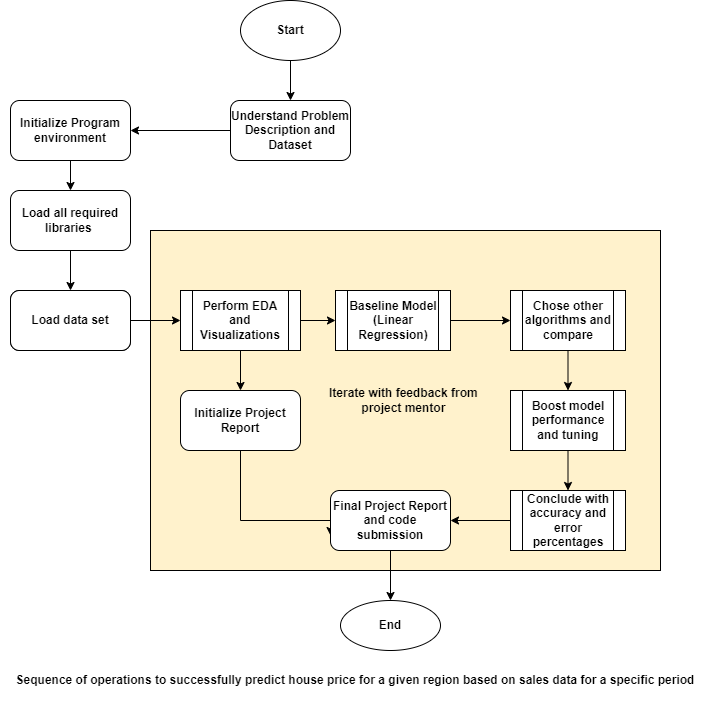
Above: ProjectPlan/ProjectFlowChart.drawio.png in indrachatterjee86/capstoneML (draw.io), before the change. Source tidied: cells renumbered, new cells last; positions are measured from the earlier drawing's top-left corner, leaving out a move shared by most shapes.
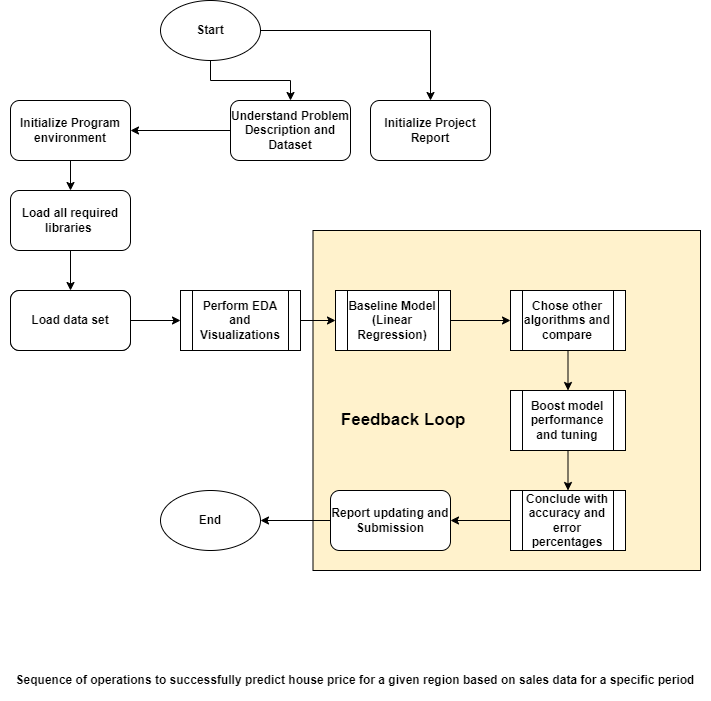
The same diagram one commit later.

Commit message:
Flowchart and Report updated with Table for Figures

Diff of the diagram source:
```diff
@@ -2,8 +2,8 @@
   <root>
     <mxCell id="0" />
     <mxCell id="1" parent="0" />
-    <mxCell id="2" value="&lt;b&gt;Iterate with feedback from &lt;br&gt;project mentor&amp;nbsp;&lt;/b&gt;" style="rounded=0;whiteSpace=wrap;html=1;fillColor=#FFF2CC;" parent="1" vertex="1">
-      <mxGeometry x="150" y="230" width="510" height="340" as="geometry" />
+    <mxCell id="2" style="rounded=0;whiteSpace=wrap;html=1;fillColor=#FFF2CC;" parent="1" vertex="1">
+      <mxGeometry x="312.5" y="230" width="387.5" height="340" as="geometry" />
     </mxCell>
     <mxCell id="3" value="Sequence of operations to successfully predict house price for a given region based on sales data for a specific period" style="rounded=0;whiteSpace=wrap;html=1;fontStyle=1;strokeColor=none;" parent="1" vertex="1">
       <mxGeometry y="660" width="710" height="40" as="geometry" />
@@ -29,15 +29,15 @@
     <mxCell id="10" style="edgeStyle=orthogonalEdgeStyle;rounded=0;jettySize=auto;html=1;" parent="1" edge="1" source="11" target="20">
       <mxGeometry relative="1" as="geometry" />
     </mxCell>
+    <mxCell id="31" style="edgeStyle=orthogonalEdgeStyle;rounded=0;jettySize=auto;html=1;entryX=0.5;entryY=0;entryDx=0;entryDy=0;fontSize=17;" parent="1" edge="1" source="11" target="18">
+      <mxGeometry relative="1" as="geometry" />
+    </mxCell>
     <mxCell id="11" value="Start" style="ellipse;whiteSpace=wrap;html=1;fontStyle=1;" parent="1" vertex="1">
-      <mxGeometry x="240" width="100" height="60" as="geometry" />
+      <mxGeometry x="160" width="100" height="60" as="geometry" />
     </mxCell>
     <mxCell id="12" style="edgeStyle=orthogonalEdgeStyle;rounded=0;jettySize=auto;html=1;entryX=0;entryY=0.5;entryDx=0;entryDy=0;" parent="1" edge="1" source="14" target="16">
       <mxGeometry relative="1" as="geometry" />
     </mxCell>
-    <mxCell id="13" style="edgeStyle=orthogonalEdgeStyle;rounded=0;jettySize=auto;html=1;entryX=0.5;entryY=0;entryDx=0;entryDy=0;" parent="1" edge="1" source="14" target="18">
-      <mxGeometry relative="1" as="geometry" />
-    </mxCell>
     <mxCell id="14" value="Perform EDA and Visualizations" style="shape=process;whiteSpace=wrap;html=1;backgroundOutline=1;fontStyle=1;" parent="1" vertex="1">
       <mxGeometry x="180" y="290" width="120" height="60" as="geometry" />
     </mxCell>
@@ -47,16 +47,8 @@
     <mxCell id="16" value="Baseline Model (Linear Regression)" style="shape=process;whiteSpace=wrap;html=1;backgroundOutline=1;fontStyle=1;" parent="1" vertex="1">
       <mxGeometry x="335" y="290" width="115" height="60" as="geometry" />
     </mxCell>
-    <mxCell id="17" style="edgeStyle=orthogonalEdgeStyle;rounded=0;jettySize=auto;html=1;entryX=0;entryY=0.75;entryDx=0;entryDy=0;" parent="1" edge="1" source="18" target="28">
-      <mxGeometry relative="1" as="geometry">
-        <Array as="points">
-          <mxPoint x="240" y="520" />
-          <mxPoint x="330" y="520" />
-        </Array>
-      </mxGeometry>
-    </mxCell>
     <mxCell id="18" value="Initialize Project Report" style="rounded=1;whiteSpace=wrap;html=1;fontStyle=1;" parent="1" vertex="1">
-      <mxGeometry x="180" y="390" width="120" height="60" as="geometry" />
+      <mxGeometry x="370" y="100" width="120" height="60" as="geometry" />
     </mxCell>
     <mxCell id="19" style="edgeStyle=orthogonalEdgeStyle;rounded=0;jettySize=auto;html=1;entryX=1;entryY=0.5;entryDx=0;entryDy=0;" parent="1" edge="1" source="20" target="5">
       <mxGeometry relative="1" as="geometry" />
@@ -82,17 +74,20 @@
     <mxCell id="26" value="Conclude with accuracy and error percentages" style="shape=process;whiteSpace=wrap;html=1;backgroundOutline=1;fontStyle=1;" parent="1" vertex="1">
       <mxGeometry x="510" y="490" width="115" height="60" as="geometry" />
     </mxCell>
-    <mxCell id="27" style="edgeStyle=orthogonalEdgeStyle;rounded=0;jettySize=auto;html=1;exitX=0.5;exitY=1;exitDx=0;exitDy=0;entryX=0.5;entryY=0;entryDx=0;entryDy=0;" parent="1" edge="1" source="28" target="29">
+    <mxCell id="27" style="edgeStyle=orthogonalEdgeStyle;rounded=0;jettySize=auto;html=1;entryX=1;entryY=0.5;entryDx=0;entryDy=0;fontSize=17;" parent="1" edge="1" source="28" target="29">
       <mxGeometry relative="1" as="geometry" />
     </mxCell>
-    <mxCell id="28" value="Final Project Report and code submission" style="rounded=1;whiteSpace=wrap;html=1;fontStyle=1;" parent="1" vertex="1">
+    <mxCell id="28" value="Report updating and Submission" style="rounded=1;whiteSpace=wrap;html=1;fontStyle=1;" parent="1" vertex="1">
       <mxGeometry x="330" y="490" width="120" height="60" as="geometry" />
     </mxCell>
+    <mxCell id="30" value="Load data set" style="rounded=1;whiteSpace=wrap;html=1;fontStyle=1;" parent="1" vertex="1">
+      <mxGeometry x="10" y="290" width="120" height="60" as="geometry" />
+    </mxCell>
+    <mxCell id="32" value="Feedback Loop&amp;nbsp;" style="text;html=1;align=center;verticalAlign=middle;strokeColor=none;fillColor=none;fontStyle=1;fontSize=17;" parent="1" vertex="1">
+      <mxGeometry x="335" y="405" width="140" height="30" as="geometry" />
+    </mxCell>
     <mxCell id="29" value="End" style="ellipse;whiteSpace=wrap;html=1;fontStyle=1;" parent="1" vertex="1">
-      <mxGeometry x="340" y="600" width="100" height="50" as="geometry" />
+      <mxGeometry x="160" y="490" width="100" height="60" as="geometry" />
     </mxCell>
-    <mxCell id="30" value="Load data set" style="rounded=1;whiteSpace=wrap;html=1;fontStyle=1;" parent="1" vertex="1">
-      <mxGeometry x="10" y="290" width="120" height="60" as="geometry" />
-    </mxCell>
   </root>
 </mxGraphModel>
```
